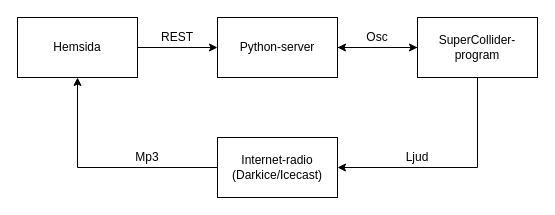
Before: kod/Untitled Diagram.drawio in kj-jondell/Examensprojekt, a draw.io diagram. Source tidied: cells renumbered, new cells numbered last; positions are measured from the earlier drawing's top-left corner, leaving out a move shared by most shapes. Both pictures are drawn from the tidied source at 100%, with x=0, y=0 at pixel (17, 17).
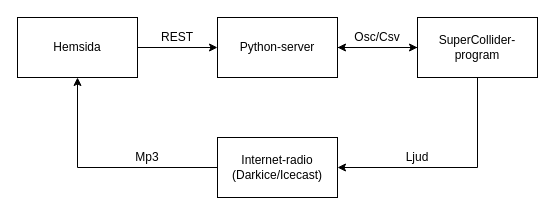
After the change.

Change to the diagram source:
```diff
@@
 <mxGraphModel>
   <root>
     <mxCell id="0" />
     <mxCell id="1" parent="0" />
     <mxCell id="2" style="edgeStyle=orthogonalEdgeStyle;rounded=0;jettySize=auto;html=1;exitX=1;exitY=0.5;exitDx=0;exitDy=0;entryX=0;entryY=0.5;entryDx=0;entryDy=0;" parent="1" edge="1" source="3" target="5">
       <mxGeometry relative="1" as="geometry" />
     </mxCell>
     <mxCell id="3" value="Hemsida" style="rounded=0;whiteSpace=wrap;html=1;" parent="1" vertex="1">
       <mxGeometry width="120" height="60" as="geometry" />
     </mxCell>
     <mxCell id="4" style="edgeStyle=orthogonalEdgeStyle;rounded=0;jettySize=auto;html=1;exitX=1;exitY=0.5;exitDx=0;exitDy=0;entryX=0;entryY=0.5;entryDx=0;entryDy=0;" parent="1" edge="1" source="5" target="8">
       <mxGeometry relative="1" as="geometry" />
     </mxCell>
     <mxCell id="5" value="Python-server" style="rounded=0;whiteSpace=wrap;html=1;" parent="1" vertex="1">
       <mxGeometry x="200" width="120" height="60" as="geometry" />
     </mxCell>
     <mxCell id="6" style="edgeStyle=orthogonalEdgeStyle;rounded=0;jettySize=auto;html=1;exitX=0;exitY=0.5;exitDx=0;exitDy=0;entryX=1;entryY=0.5;entryDx=0;entryDy=0;" parent="1" edge="1" source="8" target="5">
       <mxGeometry relative="1" as="geometry" />
     </mxCell>
     <mxCell id="7" style="edgeStyle=orthogonalEdgeStyle;rounded=0;jettySize=auto;html=1;exitX=0.5;exitY=1;exitDx=0;exitDy=0;entryX=1;entryY=0.5;entryDx=0;entryDy=0;" parent="1" edge="1" source="8" target="10">
       <mxGeometry relative="1" as="geometry" />
     </mxCell>
     <mxCell id="8" value="SuperCollider-program" style="rounded=0;whiteSpace=wrap;html=1;" parent="1" vertex="1">
       <mxGeometry x="400" width="120" height="60" as="geometry" />
     </mxCell>
     <mxCell id="9" style="edgeStyle=orthogonalEdgeStyle;rounded=0;jettySize=auto;html=1;exitX=0;exitY=0.5;exitDx=0;exitDy=0;entryX=0.5;entryY=1;entryDx=0;entryDy=0;" parent="1" edge="1" source="10" target="3">
       <mxGeometry relative="1" as="geometry" />
     </mxCell>
     <mxCell id="10" value="Internet-radio&lt;br&gt;(Darkice/Icecast)" style="rounded=0;whiteSpace=wrap;html=1;" parent="1" vertex="1">
       <mxGeometry x="200" y="120" width="120" height="60" as="geometry" />
     </mxCell>
-    <mxCell id="11" value="Osc" style="text;html=1;strokeColor=none;fillColor=none;align=center;verticalAlign=middle;whiteSpace=wrap;rounded=0;" parent="1" vertex="1">
+    <mxCell id="11" value="Osc/Csv" style="text;html=1;strokeColor=none;fillColor=none;align=center;verticalAlign=middle;whiteSpace=wrap;rounded=0;" parent="1" vertex="1">
       <mxGeometry x="340" y="10" width="40" height="20" as="geometry" />
     </mxCell>
     <mxCell id="12" value="Mp3" style="text;html=1;strokeColor=none;fillColor=none;align=center;verticalAlign=middle;whiteSpace=wrap;rounded=0;" parent="1" vertex="1">
       <mxGeometry x="110" y="130" width="40" height="20" as="geometry" />
     </mxCell>
     <mxCell id="13" value="REST" style="text;html=1;strokeColor=none;fillColor=none;align=center;verticalAlign=middle;whiteSpace=wrap;rounded=0;" parent="1" vertex="1">
       <mxGeometry x="140" y="10" width="40" height="20" as="geometry" />
     </mxCell>
     <mxCell id="14" value="Ljud" style="text;html=1;strokeColor=none;fillColor=none;align=center;verticalAlign=middle;whiteSpace=wrap;rounded=0;" parent="1" vertex="1">
       <mxGeometry x="380" y="130" width="40" height="20" as="geometry" />
     </mxCell>
   </root>
 </mxGraphModel>
```
